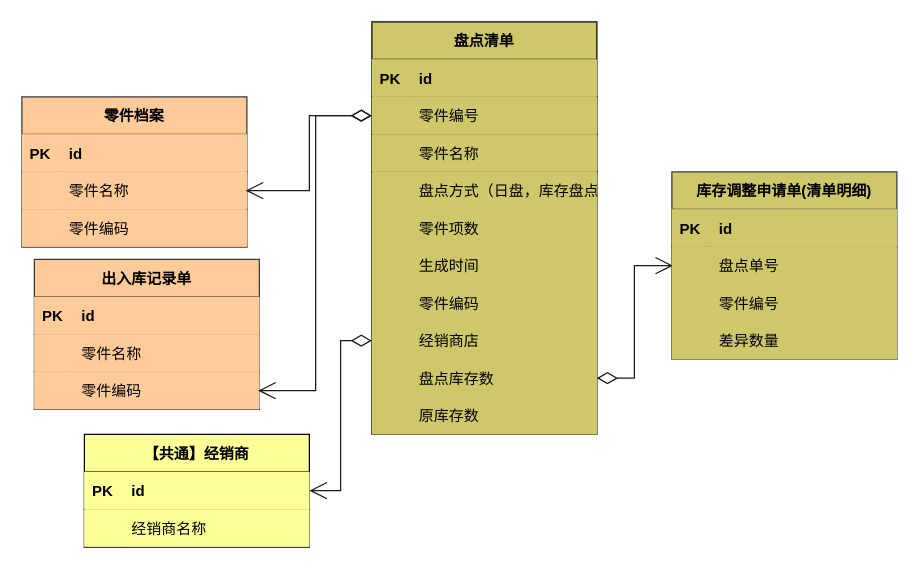
1132489442/gitRepository1 keeps this draw.io diagram as page "聚合根" (5 of 6) of 库存管理-库存盘点.drawio. Above is the earlier version. Source tidied: cells renumbered, new cells numbered last; positions are measured from the earlier drawing's top-left corner, leaving out a move shared by most shapes. Both pictures are drawn from the tidied source at 125%, with x=0, y=0 at pixel (21, 21).
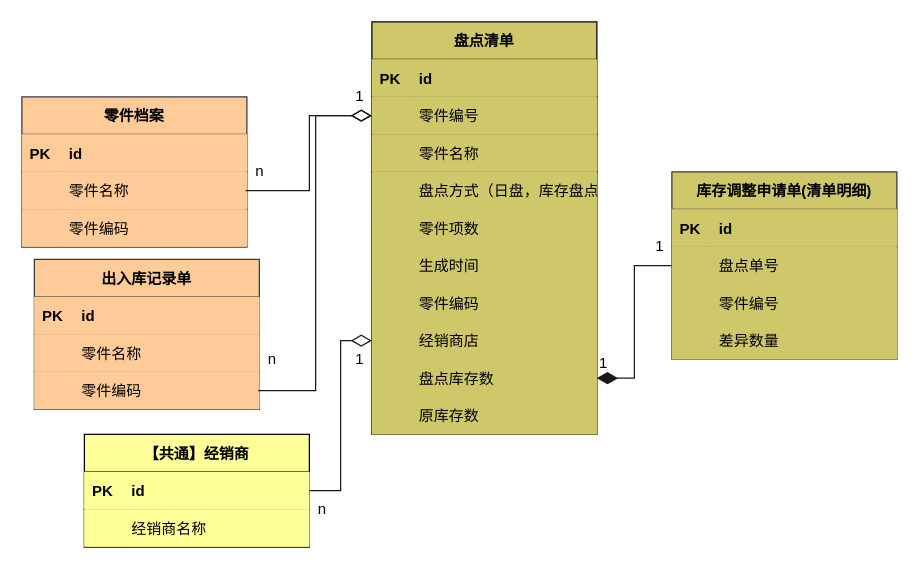
The same diagram, later.

Unchanged cells that the change refers to:
```xml
<mxCell id="6" style="shape=tableRow;horizontal=0;startSize=0;swimlaneHead=0;swimlaneBody=0;fillColor=#CFC86B;points=[[0,0.5],[1,0.5]];portConstraint=eastwest;top=0;left=0;right=0;bottom=1;" parent="2" vertex="1">
  <mxGeometry y="60" width="180" height="30" as="geometry" />
</mxCell>
<mxCell id="24" style="shape=tableRow;horizontal=0;startSize=0;swimlaneHead=0;swimlaneBody=0;fillColor=#CFC86B;points=[[0,0.5],[1,0.5]];portConstraint=eastwest;top=0;left=0;right=0;bottom=0;" parent="2" vertex="1">
  <mxGeometry y="240" width="180" height="30" as="geometry" />
</mxCell>
<mxCell id="27" style="shape=tableRow;horizontal=0;startSize=0;swimlaneHead=0;swimlaneBody=0;fillColor=#CFC86B;points=[[0,0.5],[1,0.5]];portConstraint=eastwest;top=0;left=0;right=0;bottom=0;" parent="2" vertex="1">
  <mxGeometry y="270" width="180" height="30" as="geometry" />
</mxCell>
<mxCell id="37" style="shape=tableRow;horizontal=0;startSize=0;swimlaneHead=0;swimlaneBody=0;fillColor=#ffcc99;points=[[0,0.5],[1,0.5]];portConstraint=eastwest;top=0;left=0;right=0;bottom=1;strokeColor=#36393d;" parent="33" vertex="1">
  <mxGeometry y="60" width="180" height="30" as="geometry" />
</mxCell>
<mxCell id="50" style="shape=tableRow;horizontal=0;startSize=0;swimlaneHead=0;swimlaneBody=0;fillColor=#ffcc99;points=[[0,0.5],[1,0.5]];portConstraint=eastwest;top=0;left=0;right=0;bottom=1;strokeColor=#36393d;" parent="43" vertex="1">
  <mxGeometry y="90" width="180" height="30" as="geometry" />
</mxCell>
<mxCell id="54" style="shape=tableRow;horizontal=0;startSize=0;swimlaneHead=0;swimlaneBody=0;fillColor=#FFFF99;points=[[0,0.5],[1,0.5]];portConstraint=eastwest;top=0;left=0;right=0;bottom=1;" parent="53" vertex="1">
  <mxGeometry y="30" width="180" height="30" as="geometry" />
</mxCell>
<mxCell id="68" style="shape=tableRow;horizontal=0;startSize=0;swimlaneHead=0;swimlaneBody=0;fillColor=#CFC86B;points=[[0,0.5],[1,0.5]];portConstraint=eastwest;top=0;left=0;right=0;bottom=0;strokeColor=#36393d;" parent="64" vertex="1">
  <mxGeometry y="60" width="180" height="30" as="geometry" />
</mxCell>
```

Change to the diagram source:
```diff
@@
-    <mxCell id="60" style="endArrow=open;html=1;endSize=12;startArrow=diamondThin;startSize=14;startFill=0;edgeStyle=orthogonalEdgeStyle;align=left;verticalAlign=bottom;rounded=0;targetPerimeterSpacing=-1;strokeColor=#1A1A1A;exitX=0;exitY=0.5;exitDx=0;exitDy=0;" parent="1" edge="1" source="6" target="37">
+    <mxCell id="60" style="endArrow=none;html=1;endSize=12;startArrow=diamondThin;startSize=14;startFill=0;edgeStyle=orthogonalEdgeStyle;align=left;verticalAlign=bottom;rounded=0;targetPerimeterSpacing=-1;strokeColor=#1A1A1A;exitX=0;exitY=0.5;exitDx=0;exitDy=0;endFill=0;" parent="1" edge="1" source="6" target="37">
       <mxGeometry x="-1" y="3" relative="1" as="geometry" />
     </mxCell>
-    <mxCell id="61" style="endArrow=open;html=1;endSize=12;startArrow=diamondThin;startSize=14;startFill=0;edgeStyle=orthogonalEdgeStyle;align=left;verticalAlign=bottom;rounded=0;targetPerimeterSpacing=-1;strokeColor=#1A1A1A;exitX=0;exitY=0.5;exitDx=0;exitDy=0;" parent="1" edge="1" source="6" target="50">
+    <mxCell id="61" style="endArrow=none;html=1;endSize=12;startArrow=diamondThin;startSize=14;startFill=0;edgeStyle=orthogonalEdgeStyle;align=left;verticalAlign=bottom;rounded=0;targetPerimeterSpacing=-1;strokeColor=#1A1A1A;exitX=0;exitY=0.5;exitDx=0;exitDy=0;endFill=0;" parent="1" edge="1" source="6" target="50">
       <mxGeometry x="-1" y="3" relative="1" as="geometry" />
     </mxCell>
-    <mxCell id="62" style="endArrow=open;html=1;endSize=12;startArrow=diamondThin;startSize=14;startFill=0;edgeStyle=orthogonalEdgeStyle;align=left;verticalAlign=bottom;rounded=0;targetPerimeterSpacing=-1;strokeColor=#1A1A1A;entryX=1;entryY=0.5;entryDx=0;entryDy=0;" parent="1" edge="1" source="24" target="54">
+    <mxCell id="62" style="endArrow=none;html=1;endSize=12;startArrow=diamondThin;startSize=14;startFill=0;edgeStyle=orthogonalEdgeStyle;align=left;verticalAlign=bottom;rounded=0;targetPerimeterSpacing=-1;strokeColor=#1A1A1A;entryX=1;entryY=0.5;entryDx=0;entryDy=0;endFill=0;" parent="1" edge="1" source="24" target="54">
       <mxGeometry x="-1" y="3" relative="1" as="geometry" />
     </mxCell>
-    <mxCell id="63" style="endArrow=open;html=1;endSize=12;startArrow=diamondThin;startSize=14;startFill=0;edgeStyle=orthogonalEdgeStyle;align=left;verticalAlign=bottom;rounded=0;targetPerimeterSpacing=-1;strokeColor=#1A1A1A;exitX=1;exitY=0.5;exitDx=0;exitDy=0;" parent="1" edge="1" source="27" target="68">
+    <mxCell id="63" style="endArrow=none;html=1;endSize=12;startArrow=diamondThin;startSize=14;startFill=1;edgeStyle=orthogonalEdgeStyle;align=left;verticalAlign=bottom;rounded=0;targetPerimeterSpacing=-1;strokeColor=#1A1A1A;exitX=1;exitY=0.5;exitDx=0;exitDy=0;endFill=0;" parent="1" edge="1" source="27" target="68">
       <mxGeometry x="-1" y="3" relative="1" as="geometry" />
     </mxCell>
@@
+    <mxCell id="77" value="1" style="text;html=1;align=center;verticalAlign=middle;strokeColor=none;fillColor=none;" parent="1" vertex="1">
+      <mxGeometry x="260" y="50" width="20" height="20" as="geometry" />
+    </mxCell>
+    <mxCell id="78" value="n" style="text;html=1;align=center;verticalAlign=middle;strokeColor=none;fillColor=none;" parent="1" vertex="1">
+      <mxGeometry x="180" y="110" width="20" height="20" as="geometry" />
+    </mxCell>
+    <mxCell id="79" value="n" style="text;html=1;align=center;verticalAlign=middle;strokeColor=none;fillColor=none;" parent="1" vertex="1">
+      <mxGeometry x="190" y="260" width="20" height="20" as="geometry" />
+    </mxCell>
+    <mxCell id="80" value="1" style="text;html=1;align=center;verticalAlign=middle;strokeColor=none;fillColor=none;" parent="1" vertex="1">
+      <mxGeometry x="260" y="260" width="20" height="20" as="geometry" />
+    </mxCell>
+    <mxCell id="81" value="n" style="text;html=1;align=center;verticalAlign=middle;strokeColor=none;fillColor=none;" parent="1" vertex="1">
+      <mxGeometry x="230" y="380" width="20" height="20" as="geometry" />
+    </mxCell>
+    <mxCell id="82" value="1" style="text;html=1;align=center;verticalAlign=middle;strokeColor=none;fillColor=none;" parent="1" vertex="1">
+      <mxGeometry x="455" y="263" width="20" height="20" as="geometry" />
+    </mxCell>
+    <mxCell id="83" value="1" style="text;html=1;align=center;verticalAlign=middle;strokeColor=none;fillColor=none;" parent="1" vertex="1">
+      <mxGeometry x="500" y="170" width="20" height="20" as="geometry" />
+    </mxCell>
```
